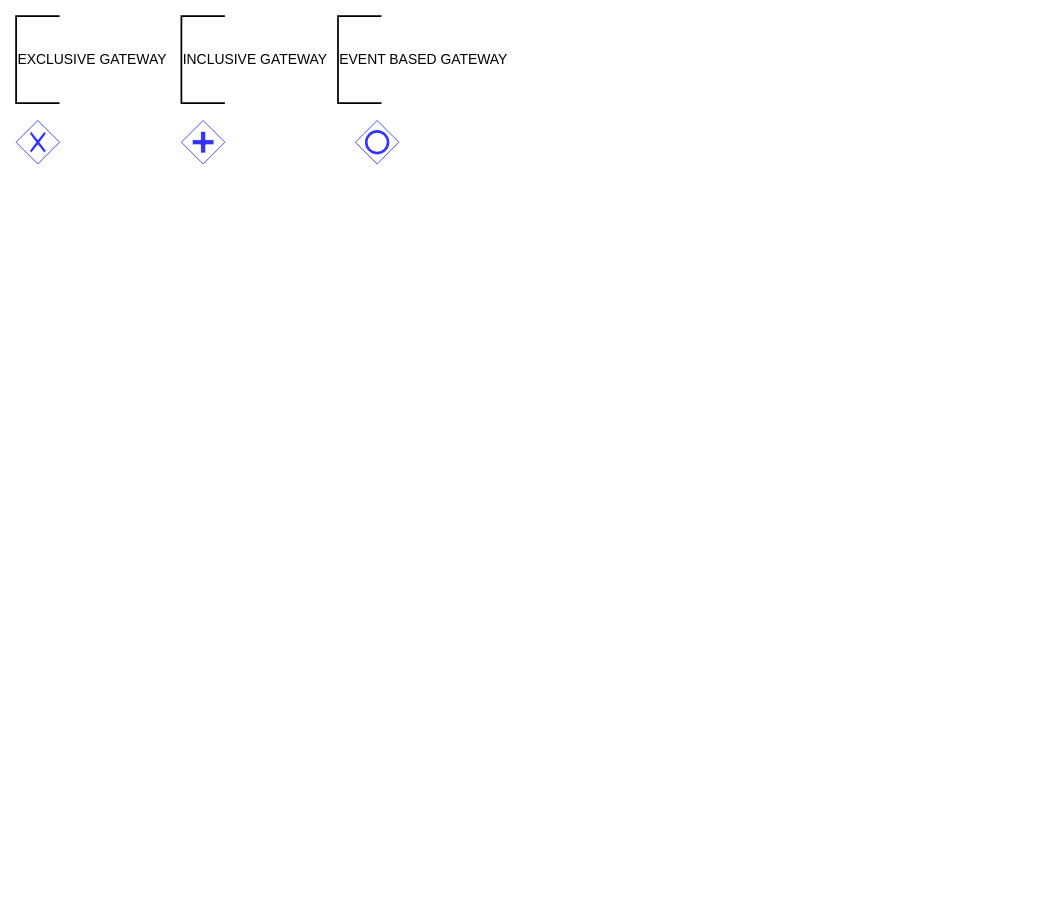
This is page "gateways" (10 of 10) of Udemy_Diagram_1.drawio from lil971/FirstRepository, a draw.io file, before an edit. Source tidied: cells renumbered, new cells numbered last; positions are measured from the earlier drawing's top-left corner, leaving out a move shared by most shapes. Both pictures are drawn from the tidied source at 87%, with x=0, y=0 at pixel (16, 16).
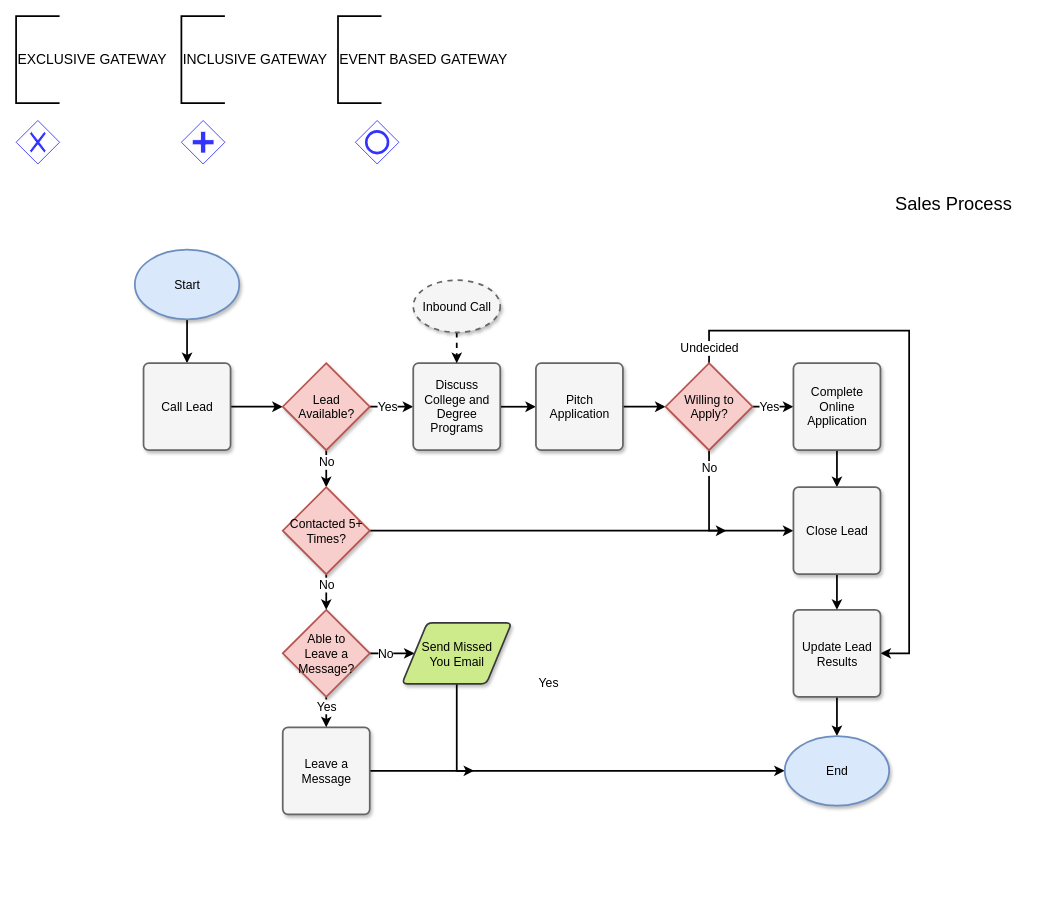
The same diagram, later.

Change to the diagram source:
```diff
@@
+    <mxCell id="8" value="&lt;font style=&quot;font-size: 21px&quot;&gt;Sales Process&lt;/font&gt;" style="rounded=0;whiteSpace=wrap;html=1;strokeColor=none;fillColor=#FFFFFF;fontSize=12;align=right;" parent="1" vertex="1">
+      <mxGeometry x="17" y="190" width="1130" height="50" as="geometry" />
+    </mxCell>
+    <mxCell id="9" style="rounded=0;whiteSpace=wrap;html=1;strokeColor=none;fillColor=#FFFFFF;fontSize=12;fontColor=#4A4A4A;align=right;" parent="1" vertex="1">
+      <mxGeometry x="7" y="1002" width="1150" height="1" as="geometry" />
+    </mxCell>
+    <mxCell id="10" style="edgeStyle=orthogonalEdgeStyle;rounded=0;jumpSize=6;html=1;exitX=0.5;exitY=1;shadow=0;startArrow=none;startFill=0;startSize=6;endArrow=classic;endFill=1;endSize=6;jettySize=auto;strokeColor=#000000;strokeWidth=2;fontSize=14;" parent="1" edge="1" source="11" target="13">
+      <mxGeometry relative="1" as="geometry" />
+    </mxCell>
+    <mxCell id="11" value="Start" style="ellipse;whiteSpace=wrap;html=1;rounded=0;shadow=1;strokeWidth=2;fillColor=#dae8fc;fontSize=14;align=center;strokeColor=#6c8ebf;" parent="1" vertex="1">
+      <mxGeometry x="136.5" y="268.5" width="120" height="80" as="geometry" />
+    </mxCell>
+    <mxCell id="12" style="edgeStyle=orthogonalEdgeStyle;rounded=0;jumpSize=6;html=1;exitX=1;exitY=0.5;exitPerimeter=0;shadow=0;startArrow=none;startFill=0;startSize=6;endArrow=classic;endFill=1;endSize=6;jettySize=auto;strokeColor=#000000;strokeWidth=2;fontSize=14;" parent="1" edge="1" source="13" target="16">
+      <mxGeometry relative="1" as="geometry" />
+    </mxCell>
+    <mxCell id="13" value="Call Lead&lt;br&gt;" style="strokeWidth=2;html=1;shape=mxgraph.flowchart.process;whiteSpace=wrap;rounded=0;shadow=1;fillColor=#f5f5f5;fontSize=14;align=center;strokeColor=#666666;" parent="1" vertex="1">
+      <mxGeometry x="146.5" y="399" width="100" height="100" as="geometry" />
+    </mxCell>
+    <mxCell id="14" value="No" style="edgeStyle=orthogonalEdgeStyle;rounded=0;jumpSize=6;html=1;exitX=0.5;exitY=1;exitPerimeter=0;shadow=0;startArrow=none;startFill=0;startSize=6;endArrow=classic;endFill=1;endSize=6;jettySize=auto;strokeColor=#000000;strokeWidth=2;fontSize=14;entryX=0.5;entryY=0;entryPerimeter=0;" parent="1" edge="1" source="16" target="38">
+      <mxGeometry x="-0.33" relative="1" as="geometry" />
+    </mxCell>
+    <mxCell id="15" value="Yes" style="edgeStyle=orthogonalEdgeStyle;rounded=0;jumpSize=6;html=1;exitX=1;exitY=0.5;exitPerimeter=0;entryX=0;entryY=0.5;entryPerimeter=0;shadow=0;startArrow=none;startFill=0;startSize=6;endArrow=classic;endFill=1;endSize=6;jettySize=auto;strokeColor=#000000;strokeWidth=2;fontSize=14;" parent="1" edge="1" source="16" target="23">
+      <mxGeometry x="-0.2" relative="1" as="geometry" />
+    </mxCell>
+    <mxCell id="16" value="Lead Available?" style="strokeWidth=2;html=1;shape=mxgraph.flowchart.decision;whiteSpace=wrap;rounded=0;shadow=1;fillColor=#f8cecc;fontSize=14;align=center;strokeColor=#b85450;" parent="1" vertex="1">
+      <mxGeometry x="306.5" y="399" width="100" height="100" as="geometry" />
+    </mxCell>
+    <mxCell id="17" style="edgeStyle=orthogonalEdgeStyle;rounded=0;jumpSize=6;html=1;exitX=1;exitY=0.5;exitPerimeter=0;shadow=0;startArrow=none;startFill=0;startSize=6;endArrow=classic;endFill=1;endSize=6;jettySize=auto;strokeColor=#000000;strokeWidth=2;fontSize=14;" parent="1" edge="1" source="18">
+      <mxGeometry relative="1" as="geometry">
+        <mxPoint x="526.5" y="867.5" as="targetPoint" />
+      </mxGeometry>
+    </mxCell>
+    <mxCell id="18" value="Leave a Message&lt;br&gt;" style="strokeWidth=2;html=1;shape=mxgraph.flowchart.process;whiteSpace=wrap;rounded=0;shadow=1;fillColor=#f5f5f5;fontSize=14;align=center;strokeColor=#666666;" parent="1" vertex="1">
+      <mxGeometry x="306.5" y="817.5" width="100" height="100" as="geometry" />
+    </mxCell>
+    <mxCell id="19" value="Yes" style="edgeStyle=orthogonalEdgeStyle;rounded=0;jumpSize=6;html=1;exitX=0.5;exitY=1;exitPerimeter=0;entryX=0.5;entryY=0;entryPerimeter=0;shadow=0;startArrow=none;startFill=0;startSize=6;endArrow=classic;endFill=1;endSize=6;jettySize=auto;strokeColor=#000000;strokeWidth=2;fontSize=14;" parent="1" edge="1" source="21" target="18">
+      <mxGeometry x="-0.35" relative="1" as="geometry" />
+    </mxCell>
+    <mxCell id="20" value="No" style="edgeStyle=orthogonalEdgeStyle;rounded=0;jumpSize=6;html=1;exitX=1;exitY=0.5;exitPerimeter=0;shadow=0;startArrow=none;startFill=0;startSize=6;endArrow=classic;endFill=1;endSize=6;jettySize=auto;strokeColor=#000000;strokeWidth=2;fontSize=14;entryX=0;entryY=0.5;" parent="1" edge="1" source="21" target="35">
+      <mxGeometry y="-5" relative="1" as="geometry">
+        <mxPoint x="-5" y="-5" as="offset" />
+      </mxGeometry>
+    </mxCell>
+    <mxCell id="21" value="Able to &lt;br&gt;Leave a Message?" style="strokeWidth=2;html=1;shape=mxgraph.flowchart.decision;whiteSpace=wrap;rounded=0;shadow=1;fillColor=#f8cecc;fontSize=14;align=center;strokeColor=#b85450;" parent="1" vertex="1">
+      <mxGeometry x="306.5" y="682.5" width="100" height="100" as="geometry" />
+    </mxCell>
+    <mxCell id="22" style="edgeStyle=orthogonalEdgeStyle;rounded=0;jumpSize=6;html=1;exitX=1;exitY=0.5;exitPerimeter=0;entryX=0;entryY=0.5;entryPerimeter=0;shadow=0;startArrow=none;startFill=0;startSize=6;endArrow=classic;endFill=1;endSize=6;jettySize=auto;strokeColor=#000000;strokeWidth=2;fontSize=14;" parent="1" edge="1" source="23" target="25">
+      <mxGeometry relative="1" as="geometry" />
+    </mxCell>
+    <mxCell id="23" value="Discuss College and Degree Programs&lt;br&gt;" style="strokeWidth=2;html=1;shape=mxgraph.flowchart.process;whiteSpace=wrap;rounded=0;shadow=1;fillColor=#f5f5f5;fontSize=14;align=center;strokeColor=#666666;" parent="1" vertex="1">
+      <mxGeometry x="456.5" y="399" width="100" height="100" as="geometry" />
+    </mxCell>
+    <mxCell id="24" style="edgeStyle=orthogonalEdgeStyle;rounded=0;jumpSize=6;html=1;exitX=1;exitY=0.5;exitPerimeter=0;shadow=0;startArrow=none;startFill=0;startSize=6;endArrow=classic;endFill=1;endSize=6;jettySize=auto;strokeColor=#000000;strokeWidth=2;fontSize=14;" parent="1" edge="1" source="25" target="31">
+      <mxGeometry relative="1" as="geometry" />
+    </mxCell>
+    <mxCell id="25" value="Pitch Application&lt;br&gt;" style="strokeWidth=2;html=1;shape=mxgraph.flowchart.process;whiteSpace=wrap;rounded=0;shadow=1;fillColor=#f5f5f5;fontSize=14;align=center;strokeColor=#666666;" parent="1" vertex="1">
+      <mxGeometry x="597.5" y="399" width="100" height="100" as="geometry" />
+    </mxCell>
+    <mxCell id="26" style="edgeStyle=orthogonalEdgeStyle;rounded=0;jumpSize=6;html=1;exitX=0.5;exitY=1;exitPerimeter=0;entryX=0.5;entryY=0;entryPerimeter=0;shadow=0;startArrow=none;startFill=0;startSize=6;endArrow=classic;endFill=1;endSize=6;jettySize=auto;strokeColor=#000000;strokeWidth=2;fontSize=14;dashed=1;" parent="1" edge="1" source="27" target="23">
+      <mxGeometry relative="1" as="geometry" />
+    </mxCell>
+    <mxCell id="27" value="Inbound Call" style="strokeWidth=2;html=1;shape=mxgraph.flowchart.start_1;whiteSpace=wrap;rounded=0;shadow=1;fillColor=#f5f5f5;fontSize=14;align=center;dashed=1;strokeColor=#666666;" parent="1" vertex="1">
+      <mxGeometry x="456.5" y="303.5" width="100" height="60" as="geometry" />
+    </mxCell>
+    <mxCell id="28" value="Yes" style="edgeStyle=orthogonalEdgeStyle;rounded=0;jumpSize=6;html=1;exitX=1;exitY=0.5;exitPerimeter=0;entryX=0;entryY=0.5;entryPerimeter=0;shadow=0;startArrow=none;startFill=0;startSize=6;endArrow=classic;endFill=1;endSize=6;jettySize=auto;strokeColor=#000000;strokeWidth=2;fontSize=14;" parent="1" edge="1" source="31" target="33">
+      <mxGeometry x="-0.19" relative="1" as="geometry" />
+    </mxCell>
+    <mxCell id="29" value="No" style="edgeStyle=orthogonalEdgeStyle;rounded=0;jumpSize=6;html=1;exitX=0.5;exitY=1;exitPerimeter=0;entryX=0;entryY=0.5;entryPerimeter=0;shadow=0;startArrow=none;startFill=0;startSize=6;endArrow=classic;endFill=1;endSize=6;jettySize=auto;strokeColor=#000000;strokeWidth=2;fontSize=14;" parent="1" edge="1" source="31" target="42">
+      <mxGeometry x="-0.78" relative="1" as="geometry" />
+    </mxCell>
+    <mxCell id="30" value="Undecided" style="edgeStyle=orthogonalEdgeStyle;rounded=0;jumpSize=6;html=1;exitX=0.5;exitY=0;exitPerimeter=0;entryX=1;entryY=0.5;entryPerimeter=0;shadow=0;startArrow=none;startFill=0;startSize=6;endArrow=classic;endFill=1;endSize=6;jettySize=auto;strokeColor=#000000;strokeWidth=2;fontSize=14;" parent="1" edge="1" source="31" target="40">
+      <mxGeometry x="-0.95" relative="1" as="geometry">
+        <Array as="points">
+          <mxPoint x="796.5" y="361.5" />
+          <mxPoint x="1026.5" y="361.5" />
+          <mxPoint x="1026.5" y="732.5" />
+        </Array>
+      </mxGeometry>
+    </mxCell>
+    <mxCell id="31" value="Willing to Apply?" style="strokeWidth=2;html=1;shape=mxgraph.flowchart.decision;whiteSpace=wrap;rounded=0;shadow=1;fillColor=#f8cecc;fontSize=14;align=center;strokeColor=#b85450;" parent="1" vertex="1">
+      <mxGeometry x="746.5" y="399" width="100" height="100" as="geometry" />
+    </mxCell>
+    <mxCell id="32" style="edgeStyle=orthogonalEdgeStyle;rounded=0;jumpSize=6;html=1;exitX=0.5;exitY=1;exitPerimeter=0;entryX=0.5;entryY=0;entryPerimeter=0;shadow=0;startArrow=none;startFill=0;startSize=6;endArrow=classic;endFill=1;endSize=6;jettySize=auto;strokeColor=#000000;strokeWidth=2;fontSize=14;" parent="1" edge="1" source="33" target="42">
+      <mxGeometry relative="1" as="geometry" />
+    </mxCell>
+    <mxCell id="33" value="Complete Online Application&lt;br&gt;" style="strokeWidth=2;html=1;shape=mxgraph.flowchart.process;whiteSpace=wrap;rounded=0;shadow=1;fillColor=#f5f5f5;fontSize=14;align=center;strokeColor=#666666;" parent="1" vertex="1">
+      <mxGeometry x="893.5" y="399" width="100" height="100" as="geometry" />
+    </mxCell>
+    <mxCell id="34" style="edgeStyle=orthogonalEdgeStyle;rounded=0;jumpSize=6;html=1;exitX=0.5;exitY=1;entryX=0;entryY=0.5;shadow=0;startArrow=none;startFill=0;startSize=6;endArrow=classic;endFill=1;endSize=6;jettySize=auto;strokeColor=#000000;strokeWidth=2;fontSize=14;" parent="1" edge="1" source="35" target="43">
+      <mxGeometry relative="1" as="geometry" />
+    </mxCell>
+    <mxCell id="35" value="Send Missed You&amp;nbsp;Email" style="verticalLabelPosition=middle;verticalAlign=middle;html=1;strokeWidth=2;shape=parallelogram;perimeter=parallelogramPerimeter;whiteSpace=wrap;rounded=1;arcSize=12;size=0.23;shadow=1;fillColor=#cdeb8b;fontSize=14;align=center;labelPosition=center;strokeColor=#36393d;" parent="1" vertex="1">
+      <mxGeometry x="443.5" y="697.5" width="126" height="70" as="geometry" />
+    </mxCell>
+    <mxCell id="36" value="No" style="edgeStyle=orthogonalEdgeStyle;rounded=0;jumpSize=6;html=1;exitX=0.5;exitY=1;exitPerimeter=0;entryX=0.5;entryY=0;entryPerimeter=0;shadow=0;startArrow=none;startFill=0;startSize=6;endArrow=classic;endFill=1;endSize=6;jettySize=auto;strokeColor=#000000;strokeWidth=2;fontSize=14;" parent="1" edge="1" source="38" target="21">
+      <mxGeometry x="-0.4" relative="1" as="geometry">
+        <Array as="points">
+          <mxPoint x="356.5" y="652.5" />
+          <mxPoint x="356.5" y="652.5" />
+        </Array>
+      </mxGeometry>
+    </mxCell>
+    <mxCell id="37" value="Yes" style="edgeStyle=orthogonalEdgeStyle;rounded=0;jumpSize=6;html=1;exitX=1;exitY=0.5;exitPerimeter=0;shadow=0;startArrow=none;startFill=0;startSize=6;endArrow=classic;endFill=1;endSize=6;jettySize=auto;strokeColor=#000000;strokeWidth=2;fontSize=14;" parent="1" edge="1" source="38">
+      <mxGeometry y="175" relative="1" as="geometry">
+        <mxPoint x="816.5" y="591.5" as="targetPoint" />
+        <mxPoint x="-175" y="175" as="offset" />
+      </mxGeometry>
+    </mxCell>
+    <mxCell id="38" value="Contacted 5+ Times?" style="strokeWidth=2;html=1;shape=mxgraph.flowchart.decision;whiteSpace=wrap;rounded=0;shadow=1;fillColor=#f8cecc;fontSize=14;align=center;strokeColor=#b85450;" parent="1" vertex="1">
+      <mxGeometry x="306.5" y="541.5" width="100" height="100" as="geometry" />
+    </mxCell>
+    <mxCell id="39" style="edgeStyle=orthogonalEdgeStyle;rounded=0;jumpSize=6;html=1;exitX=0.5;exitY=1;exitPerimeter=0;entryX=0.5;entryY=0;shadow=0;startArrow=none;startFill=0;startSize=6;endArrow=classic;endFill=1;endSize=6;jettySize=auto;strokeColor=#000000;strokeWidth=2;fontSize=14;" parent="1" edge="1" source="40" target="43">
+      <mxGeometry relative="1" as="geometry" />
+    </mxCell>
+    <mxCell id="40" value="Update Lead Results" style="strokeWidth=2;html=1;shape=mxgraph.flowchart.process;whiteSpace=wrap;rounded=0;shadow=1;fillColor=#f5f5f5;fontSize=14;align=center;strokeColor=#666666;" parent="1" vertex="1">
+      <mxGeometry x="893.5" y="682.5" width="100" height="100" as="geometry" />
+    </mxCell>
+    <mxCell id="41" style="edgeStyle=orthogonalEdgeStyle;rounded=0;jumpSize=6;html=1;exitX=0.5;exitY=1;exitPerimeter=0;shadow=0;startArrow=none;startFill=0;startSize=6;endArrow=classic;endFill=1;endSize=6;jettySize=auto;strokeColor=#000000;strokeWidth=2;fontSize=14;" parent="1" edge="1" source="42" target="40">
+      <mxGeometry relative="1" as="geometry" />
+    </mxCell>
+    <mxCell id="42" value="Close Lead&lt;br&gt;" style="strokeWidth=2;html=1;shape=mxgraph.flowchart.process;whiteSpace=wrap;rounded=0;shadow=1;fillColor=#f5f5f5;fontSize=14;align=center;strokeColor=#666666;" parent="1" vertex="1">
+      <mxGeometry x="893.5" y="541.5" width="100" height="100" as="geometry" />
+    </mxCell>
+    <mxCell id="43" value="End&lt;br&gt;" style="ellipse;whiteSpace=wrap;html=1;rounded=0;shadow=1;strokeWidth=2;fillColor=#dae8fc;fontSize=14;align=center;strokeColor=#6c8ebf;" parent="1" vertex="1">
+      <mxGeometry x="883.5" y="827.5" width="120" height="80" as="geometry" />
+    </mxCell>
```
